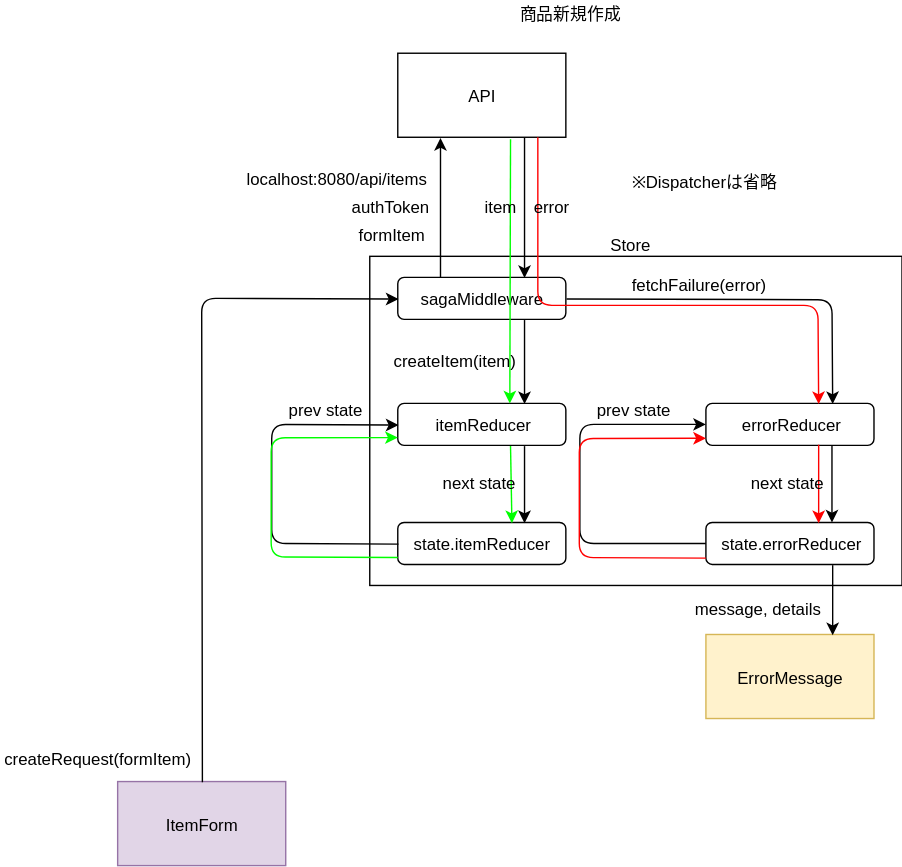
Before: diagram/dataFlow/create.svg, a diagram exported from draw.io (emgniddikur/react-app). Source tidied: cells renumbered, new cells last; positions are measured from the earlier drawing's top-left corner, leaving out a move shared by most shapes. Source of this version:
```xml
<mxGraphModel>
  <root>
    <mxCell id="0" />
    <mxCell id="1" parent="0" />
    <mxCell id="2" style="rounded=0;whiteSpace=wrap;html=1;" parent="1" vertex="1">
      <mxGeometry x="263.5" y="182.5" width="380" height="235" as="geometry" />
    </mxCell>
    <mxCell id="3" value="API&lt;br&gt;" style="rounded=0;whiteSpace=wrap;html=1;" parent="1" vertex="1">
      <mxGeometry x="283.5" y="37.5" width="120" height="60" as="geometry" />
    </mxCell>
    <mxCell id="4" value="sagaMiddleware" style="rounded=1;whiteSpace=wrap;html=1;" parent="1" vertex="1">
      <mxGeometry x="283.5" y="197.5" width="120" height="30" as="geometry" />
    </mxCell>
    <mxCell id="5" style="endArrow=classic;html=1;entryX=0.25;entryY=1;entryDx=0;entryDy=0;exitX=0.25;exitY=0;exitDx=0;exitDy=0;" parent="1" edge="1" source="4" target="3">
      <mxGeometry relative="1" as="geometry" />
    </mxCell>
    <mxCell id="6" style="endArrow=classic;html=1;entryX=0.75;entryY=0;entryDx=0;entryDy=0;exitX=0.75;exitY=1;exitDx=0;exitDy=0;" parent="1" edge="1" source="3" target="4">
      <mxGeometry relative="1" as="geometry" />
    </mxCell>
    <mxCell id="7" value="itemReducer" style="rounded=1;whiteSpace=wrap;html=1;" parent="1" vertex="1">
      <mxGeometry x="283.5" y="287.5" width="120" height="30" as="geometry" />
    </mxCell>
    <mxCell id="8" style="endArrow=classic;html=1;entryX=0.75;entryY=0;entryDx=0;entryDy=0;exitX=0.75;exitY=1;exitDx=0;exitDy=0;" parent="1" edge="1" source="4" target="7">
      <mxGeometry relative="1" as="geometry" />
    </mxCell>
    <mxCell id="9" value="authToken" style="text;html=1;align=left;verticalAlign=top;spacingTop=-4;" parent="1" vertex="1">
      <mxGeometry x="248.5" y="137.5" width="70" height="20" as="geometry" />
    </mxCell>
    <mxCell id="10" value="localhost:8080/api/items" style="text;html=1;align=left;verticalAlign=top;spacingTop=-4;" parent="1" vertex="1">
      <mxGeometry x="173.5" y="117.5" width="140" height="20" as="geometry" />
    </mxCell>
    <mxCell id="11" value="errorReducer&lt;br&gt;" style="rounded=1;whiteSpace=wrap;html=1;" parent="1" vertex="1">
      <mxGeometry x="503.5" y="287.5" width="120" height="30" as="geometry" />
    </mxCell>
    <mxCell id="12" style="endArrow=classic;html=1;entryX=0.75;entryY=0;entryDx=0;entryDy=0;exitX=1;exitY=0.5;exitDx=0;exitDy=0;" parent="1" edge="1" source="4" target="11">
      <mxGeometry relative="1" as="geometry">
        <Array as="points">
          <mxPoint x="593.5" y="213.5" />
        </Array>
      </mxGeometry>
    </mxCell>
    <mxCell id="13" value="state.itemReducer" style="rounded=1;whiteSpace=wrap;html=1;" parent="1" vertex="1">
      <mxGeometry x="283.5" y="372.5" width="120" height="30" as="geometry" />
    </mxCell>
    <mxCell id="14" value="formItem" style="text;html=1;align=left;verticalAlign=top;spacingTop=-4;" parent="1" vertex="1">
      <mxGeometry x="253.5" y="157.5" width="60" height="20" as="geometry" />
    </mxCell>
    <mxCell id="15" style="endArrow=classic;html=1;entryX=0.75;entryY=0;entryDx=0;entryDy=0;exitX=0.75;exitY=1;exitDx=0;exitDy=0;" parent="1" edge="1" source="7" target="13">
      <mxGeometry relative="1" as="geometry" />
    </mxCell>
    <mxCell id="16" style="endArrow=classic;html=1;entryX=0;entryY=0.5;entryDx=0;entryDy=0;exitX=0;exitY=0.5;exitDx=0;exitDy=0;" parent="1" edge="1" source="13" target="7">
      <mxGeometry relative="1" as="geometry">
        <Array as="points">
          <mxPoint x="193.5" y="387.5" />
          <mxPoint x="193.5" y="347.5" />
          <mxPoint x="193.5" y="302.5" />
        </Array>
      </mxGeometry>
    </mxCell>
    <mxCell id="17" value="state.errorReducer" style="rounded=1;whiteSpace=wrap;html=1;" parent="1" vertex="1">
      <mxGeometry x="503.5" y="372.5" width="120" height="30" as="geometry" />
    </mxCell>
    <mxCell id="18" style="endArrow=classic;html=1;entryX=0.75;entryY=0;entryDx=0;entryDy=0;" parent="1" edge="1">
      <mxGeometry relative="1" as="geometry">
        <mxPoint x="593.5" y="317.5" as="sourcePoint" />
        <mxPoint x="593.5" y="372.5" as="targetPoint" />
      </mxGeometry>
    </mxCell>
    <mxCell id="19" value="prev state" style="text;html=1;align=left;verticalAlign=top;spacingTop=-4;" parent="1" vertex="1">
      <mxGeometry x="203.5" y="282.5" width="70" height="20" as="geometry" />
    </mxCell>
    <mxCell id="20" style="endArrow=classic;html=1;entryX=0;entryY=0.5;entryDx=0;entryDy=0;exitX=0;exitY=0.5;exitDx=0;exitDy=0;" parent="1" edge="1">
      <mxGeometry relative="1" as="geometry">
        <mxPoint x="503.5" y="387.5" as="sourcePoint" />
        <mxPoint x="503.5" y="302.5" as="targetPoint" />
        <Array as="points">
          <mxPoint x="413.5" y="387.5" />
          <mxPoint x="413.5" y="347.5" />
          <mxPoint x="413.5" y="302.5" />
        </Array>
      </mxGeometry>
    </mxCell>
    <mxCell id="21" value="prev state" style="text;html=1;align=left;verticalAlign=top;spacingTop=-4;" parent="1" vertex="1">
      <mxGeometry x="423.5" y="282.5" width="70" height="20" as="geometry" />
    </mxCell>
    <mxCell id="22" value="fetchFailure(error)" style="text;html=1;align=left;verticalAlign=top;spacingTop=-4;" parent="1" vertex="1">
      <mxGeometry x="448.5" y="193.5" width="110" height="20" as="geometry" />
    </mxCell>
    <mxCell id="23" value="ItemForm" style="rounded=0;whiteSpace=wrap;html=1;fillColor=#e1d5e7;strokeColor=#9673a6;" parent="1" vertex="1">
      <mxGeometry x="83.5" y="557.5" width="120" height="60" as="geometry" />
    </mxCell>
    <mxCell id="24" value="ErrorMessage" style="rounded=0;whiteSpace=wrap;html=1;fillColor=#fff2cc;strokeColor=#d6b656;" parent="1" vertex="1">
      <mxGeometry x="503.5" y="452.5" width="120" height="60" as="geometry" />
    </mxCell>
    <mxCell id="25" style="endArrow=classic;html=1;entryX=0.75;entryY=0;entryDx=0;entryDy=0;exitX=0.75;exitY=1;exitDx=0;exitDy=0;" parent="1" edge="1" source="17" target="24">
      <mxGeometry relative="1" as="geometry" />
    </mxCell>
    <mxCell id="26" value="message, details&lt;br&gt;" style="text;html=1;align=left;verticalAlign=top;spacingTop=-4;" parent="1" vertex="1">
      <mxGeometry x="493.5" y="425" width="110" height="20" as="geometry" />
    </mxCell>
    <mxCell id="27" style="endArrow=classic;html=1;entryX=0;entryY=0.5;entryDx=0;entryDy=0;exitX=0.5;exitY=0;exitDx=0;exitDy=0;" parent="1" edge="1" source="23" target="4">
      <mxGeometry relative="1" as="geometry">
        <Array as="points">
          <mxPoint x="143.5" y="212.5" />
        </Array>
      </mxGeometry>
    </mxCell>
    <mxCell id="28" value="createRequest(formItem)" style="text;html=1;align=left;verticalAlign=top;spacingTop=-4;" parent="1" vertex="1">
      <mxGeometry x="0.5" y="531.5" width="150" height="20" as="geometry" />
    </mxCell>
    <mxCell id="29" style="endArrow=classic;html=1;strokeColor=#FF0000;entryX=0.667;entryY=0.013;entryDx=0;entryDy=0;entryPerimeter=0;" parent="1" edge="1" target="11">
      <mxGeometry relative="1" as="geometry">
        <mxPoint x="383.5" y="97.5" as="sourcePoint" />
        <Array as="points">
          <mxPoint x="383.5" y="217.5" />
          <mxPoint x="583.5" y="217.5" />
        </Array>
      </mxGeometry>
    </mxCell>
    <mxCell id="30" style="endArrow=classic;html=1;strokeColor=#FF0000;exitX=0.671;exitY=0.983;exitDx=0;exitDy=0;exitPerimeter=0;entryX=0.671;entryY=0;entryDx=0;entryDy=0;entryPerimeter=0;" parent="1" edge="1" source="11" target="17">
      <mxGeometry relative="1" as="geometry" />
    </mxCell>
    <mxCell id="31" style="endArrow=classic;html=1;strokeColor=#00FF00;exitX=0.667;exitY=1.017;exitDx=0;exitDy=0;exitPerimeter=0;" parent="1" edge="1" source="3">
      <mxGeometry relative="1" as="geometry">
        <mxPoint x="363.5" y="287.5" as="targetPoint" />
      </mxGeometry>
    </mxCell>
    <mxCell id="32" style="endArrow=classic;html=1;strokeColor=#00FF00;entryX=0.675;entryY=0;entryDx=0;entryDy=0;entryPerimeter=0;exitX=0.671;exitY=1;exitDx=0;exitDy=0;exitPerimeter=0;" parent="1" edge="1" source="7" target="13">
      <mxGeometry relative="1" as="geometry" />
    </mxCell>
    <mxCell id="33" style="endArrow=classic;html=1;entryX=0;entryY=0.5;entryDx=0;entryDy=0;exitX=0;exitY=0.5;exitDx=0;exitDy=0;strokeColor=#00FF00;" parent="1" edge="1">
      <mxGeometry relative="1" as="geometry">
        <mxPoint x="283.5" y="397.5" as="sourcePoint" />
        <mxPoint x="283.5" y="311.9" as="targetPoint" />
        <Array as="points">
          <mxPoint x="193.1" y="397.1" />
          <mxPoint x="193.1" y="357.1" />
          <mxPoint x="193.1" y="312.1" />
        </Array>
      </mxGeometry>
    </mxCell>
    <mxCell id="34" value="item" style="text;html=1;align=left;verticalAlign=top;spacingTop=-4;" parent="1" vertex="1">
      <mxGeometry x="343.5" y="137.5" width="40" height="20" as="geometry" />
    </mxCell>
    <mxCell id="35" value="error" style="text;html=1;align=left;verticalAlign=top;spacingTop=-4;" parent="1" vertex="1">
      <mxGeometry x="378.5" y="137.5" width="40" height="20" as="geometry" />
    </mxCell>
    <mxCell id="36" value="createItem(item)" style="text;html=1;align=left;verticalAlign=top;spacingTop=-4;" parent="1" vertex="1">
      <mxGeometry x="278.5" y="247.5" width="100" height="20" as="geometry" />
    </mxCell>
    <mxCell id="37" value="next state" style="text;html=1;align=left;verticalAlign=top;spacingTop=-4;" parent="1" vertex="1">
      <mxGeometry x="533.5" y="335" width="70" height="20" as="geometry" />
    </mxCell>
    <mxCell id="38" value="next state" style="text;html=1;align=left;verticalAlign=top;spacingTop=-4;" parent="1" vertex="1">
      <mxGeometry x="313.5" y="335" width="70" height="20" as="geometry" />
    </mxCell>
    <mxCell id="39" style="endArrow=classic;html=1;entryX=0;entryY=0.5;entryDx=0;entryDy=0;exitX=0;exitY=0.5;exitDx=0;exitDy=0;fillColor=#a20025;strokeColor=#FF0000;" parent="1" edge="1">
      <mxGeometry relative="1" as="geometry">
        <mxPoint x="503.5" y="398" as="sourcePoint" />
        <mxPoint x="503.5" y="312.4" as="targetPoint" />
        <Array as="points">
          <mxPoint x="413.1" y="397.6" />
          <mxPoint x="413.1" y="357.6" />
          <mxPoint x="413.1" y="312.6" />
        </Array>
      </mxGeometry>
    </mxCell>
    <mxCell id="40" value="※Dispatcherは省略" style="text;html=1;align=left;verticalAlign=top;spacingTop=-4;" parent="1" vertex="1">
      <mxGeometry x="448.5" y="120" width="120" height="20" as="geometry" />
    </mxCell>
    <mxCell id="41" value="商品新規作成" style="text;html=1;align=left;verticalAlign=top;spacingTop=-4;" parent="1" vertex="1">
      <mxGeometry x="368.5" width="90" height="20" as="geometry" />
    </mxCell>
    <mxCell id="42" value="Store" style="text;html=1;strokeColor=none;fillColor=none;align=center;verticalAlign=middle;whiteSpace=wrap;rounded=0;" parent="1" vertex="1">
      <mxGeometry x="428.5" y="163.5" width="40" height="20" as="geometry" />
    </mxCell>
  </root>
</mxGraphModel>
```
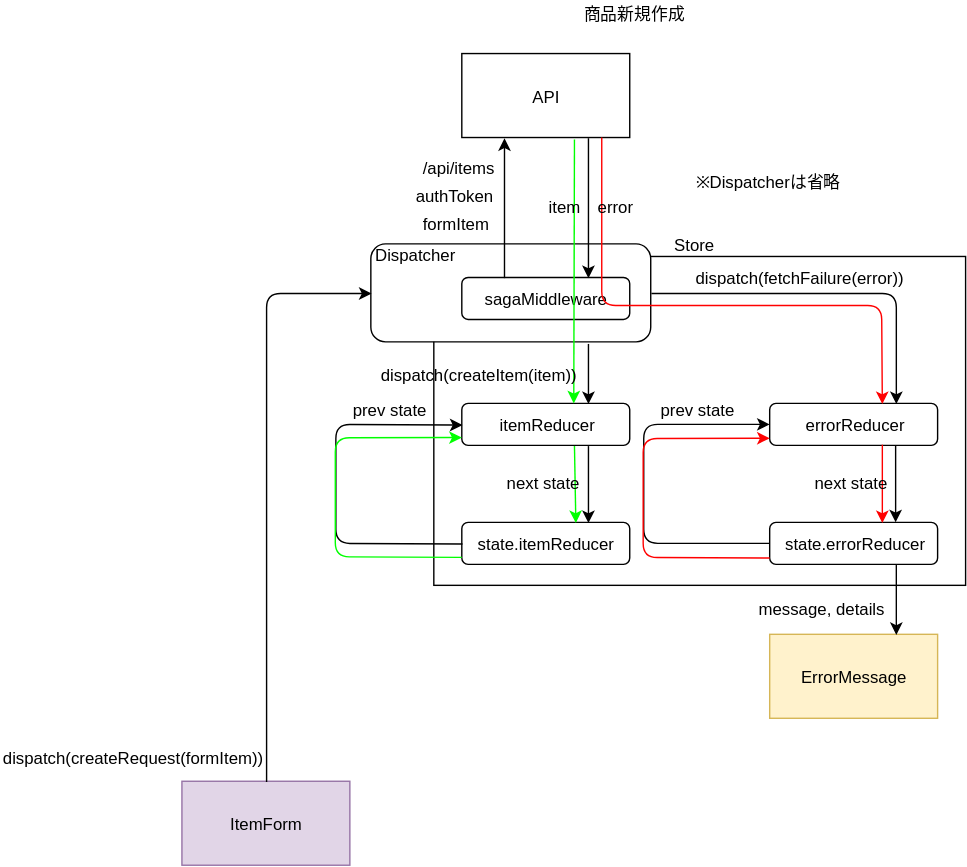
Above is the later version.

What changed in the source:
```diff
@@ -5,6 +5,9 @@
     <mxCell id="2" style="rounded=0;whiteSpace=wrap;html=1;" parent="1" vertex="1">
       <mxGeometry x="263.5" y="182.5" width="380" height="235" as="geometry" />
     </mxCell>
+    <mxCell id="43" value="Dispatcher&amp;nbsp; &amp;nbsp; &amp;nbsp; &amp;nbsp; &amp;nbsp; &amp;nbsp; &amp;nbsp; &amp;nbsp; &amp;nbsp; &amp;nbsp; &amp;nbsp; &amp;nbsp; &amp;nbsp; &amp;nbsp; &amp;nbsp; &amp;nbsp; &amp;nbsp; &amp;nbsp; &amp;nbsp; &amp;nbsp; &amp;nbsp; &amp;nbsp; &amp;nbsp; &amp;nbsp;&lt;br&gt;&lt;br&gt;&lt;br&gt;&lt;br&gt;" style="rounded=1;whiteSpace=wrap;html=1;" parent="1" vertex="1">
+      <mxGeometry x="218.5" y="173.5" width="200" height="70" as="geometry" />
+    </mxCell>
     <mxCell id="3" value="API&lt;br&gt;" style="rounded=0;whiteSpace=wrap;html=1;" parent="1" vertex="1">
       <mxGeometry x="283.5" y="37.5" width="120" height="60" as="geometry" />
     </mxCell>
@@ -20,22 +23,24 @@
     <mxCell id="7" value="itemReducer" style="rounded=1;whiteSpace=wrap;html=1;" parent="1" vertex="1">
       <mxGeometry x="283.5" y="287.5" width="120" height="30" as="geometry" />
     </mxCell>
-    <mxCell id="8" style="endArrow=classic;html=1;entryX=0.75;entryY=0;entryDx=0;entryDy=0;exitX=0.75;exitY=1;exitDx=0;exitDy=0;" parent="1" edge="1" source="4" target="7">
-      <mxGeometry relative="1" as="geometry" />
+    <mxCell id="8" style="endArrow=classic;html=1;entryX=0.75;entryY=0;entryDx=0;entryDy=0;" parent="1" edge="1" target="7">
+      <mxGeometry relative="1" as="geometry">
+        <mxPoint x="374" y="245" as="sourcePoint" />
+      </mxGeometry>
     </mxCell>
     <mxCell id="9" value="authToken" style="text;html=1;align=left;verticalAlign=top;spacingTop=-4;" parent="1" vertex="1">
-      <mxGeometry x="248.5" y="137.5" width="70" height="20" as="geometry" />
+      <mxGeometry x="248.5" y="130" width="70" height="20" as="geometry" />
     </mxCell>
-    <mxCell id="10" value="localhost:8080/api/items" style="text;html=1;align=left;verticalAlign=top;spacingTop=-4;" parent="1" vertex="1">
-      <mxGeometry x="173.5" y="117.5" width="140" height="20" as="geometry" />
+    <mxCell id="10" value="/api/items" style="text;html=1;align=left;verticalAlign=top;spacingTop=-4;" parent="1" vertex="1">
+      <mxGeometry x="253.5" y="110" width="70" height="20" as="geometry" />
     </mxCell>
     <mxCell id="11" value="errorReducer&lt;br&gt;" style="rounded=1;whiteSpace=wrap;html=1;" parent="1" vertex="1">
       <mxGeometry x="503.5" y="287.5" width="120" height="30" as="geometry" />
     </mxCell>
-    <mxCell id="12" style="endArrow=classic;html=1;entryX=0.75;entryY=0;entryDx=0;entryDy=0;exitX=1;exitY=0.5;exitDx=0;exitDy=0;" parent="1" edge="1" source="4" target="11">
+    <mxCell id="12" style="endArrow=classic;html=1;entryX=0.75;entryY=0;entryDx=0;entryDy=0;exitX=1;exitY=0.5;exitDx=0;exitDy=0;" parent="1" edge="1" source="43" target="11">
       <mxGeometry relative="1" as="geometry">
         <Array as="points">
-          <mxPoint x="593.5" y="213.5" />
+          <mxPoint x="594" y="209" />
         </Array>
       </mxGeometry>
     </mxCell>
@@ -43,7 +48,7 @@
       <mxGeometry x="283.5" y="372.5" width="120" height="30" as="geometry" />
     </mxCell>
     <mxCell id="14" value="formItem" style="text;html=1;align=left;verticalAlign=top;spacingTop=-4;" parent="1" vertex="1">
-      <mxGeometry x="253.5" y="157.5" width="60" height="20" as="geometry" />
+      <mxGeometry x="253.5" y="150" width="60" height="20" as="geometry" />
     </mxCell>
     <mxCell id="15" style="endArrow=classic;html=1;entryX=0.75;entryY=0;entryDx=0;entryDy=0;exitX=0.75;exitY=1;exitDx=0;exitDy=0;" parent="1" edge="1" source="7" target="13">
       <mxGeometry relative="1" as="geometry" />
@@ -83,8 +88,8 @@
     <mxCell id="21" value="prev state" style="text;html=1;align=left;verticalAlign=top;spacingTop=-4;" parent="1" vertex="1">
       <mxGeometry x="423.5" y="282.5" width="70" height="20" as="geometry" />
     </mxCell>
-    <mxCell id="22" value="fetchFailure(error)" style="text;html=1;align=left;verticalAlign=top;spacingTop=-4;" parent="1" vertex="1">
-      <mxGeometry x="448.5" y="193.5" width="110" height="20" as="geometry" />
+    <mxCell id="22" value="dispatch(fetchFailure(error))" style="text;html=1;align=left;verticalAlign=top;spacingTop=-4;" parent="1" vertex="1">
+      <mxGeometry x="448.5" y="188.5" width="160" height="20" as="geometry" />
     </mxCell>
     <mxCell id="23" value="ItemForm" style="rounded=0;whiteSpace=wrap;html=1;fillColor=#e1d5e7;strokeColor=#9673a6;" parent="1" vertex="1">
       <mxGeometry x="83.5" y="557.5" width="120" height="60" as="geometry" />
@@ -98,15 +103,15 @@
     <mxCell id="26" value="message, details&lt;br&gt;" style="text;html=1;align=left;verticalAlign=top;spacingTop=-4;" parent="1" vertex="1">
       <mxGeometry x="493.5" y="425" width="110" height="20" as="geometry" />
     </mxCell>
-    <mxCell id="27" style="endArrow=classic;html=1;entryX=0;entryY=0.5;entryDx=0;entryDy=0;exitX=0.5;exitY=0;exitDx=0;exitDy=0;" parent="1" edge="1" source="23" target="4">
+    <mxCell id="27" style="endArrow=classic;html=1;entryX=0;entryY=0.5;entryDx=0;entryDy=0;exitX=0.5;exitY=0;exitDx=0;exitDy=0;" parent="1" edge="1" source="23" target="43">
       <mxGeometry relative="1" as="geometry">
         <Array as="points">
-          <mxPoint x="143.5" y="212.5" />
+          <mxPoint x="144" y="209" />
         </Array>
       </mxGeometry>
     </mxCell>
-    <mxCell id="28" value="createRequest(formItem)" style="text;html=1;align=left;verticalAlign=top;spacingTop=-4;" parent="1" vertex="1">
-      <mxGeometry x="0.5" y="531.5" width="150" height="20" as="geometry" />
+    <mxCell id="28" value="dispatch(createRequest(formItem))" style="text;html=1;align=left;verticalAlign=top;spacingTop=-4;" parent="1" vertex="1">
+      <mxGeometry x="-46" y="531.5" width="200" height="20" as="geometry" />
     </mxCell>
     <mxCell id="29" style="endArrow=classic;html=1;strokeColor=#FF0000;entryX=0.667;entryY=0.013;entryDx=0;entryDy=0;entryPerimeter=0;" parent="1" edge="1" target="11">
       <mxGeometry relative="1" as="geometry">
@@ -145,8 +150,8 @@
     <mxCell id="35" value="error" style="text;html=1;align=left;verticalAlign=top;spacingTop=-4;" parent="1" vertex="1">
       <mxGeometry x="378.5" y="137.5" width="40" height="20" as="geometry" />
     </mxCell>
-    <mxCell id="36" value="createItem(item)" style="text;html=1;align=left;verticalAlign=top;spacingTop=-4;" parent="1" vertex="1">
-      <mxGeometry x="278.5" y="247.5" width="100" height="20" as="geometry" />
+    <mxCell id="36" value="dispatch(createItem(item))" style="text;html=1;align=left;verticalAlign=top;spacingTop=-4;" parent="1" vertex="1">
+      <mxGeometry x="223.5" y="258" width="160" height="20" as="geometry" />
     </mxCell>
     <mxCell id="37" value="next state" style="text;html=1;align=left;verticalAlign=top;spacingTop=-4;" parent="1" vertex="1">
       <mxGeometry x="533.5" y="335" width="70" height="20" as="geometry" />
```
